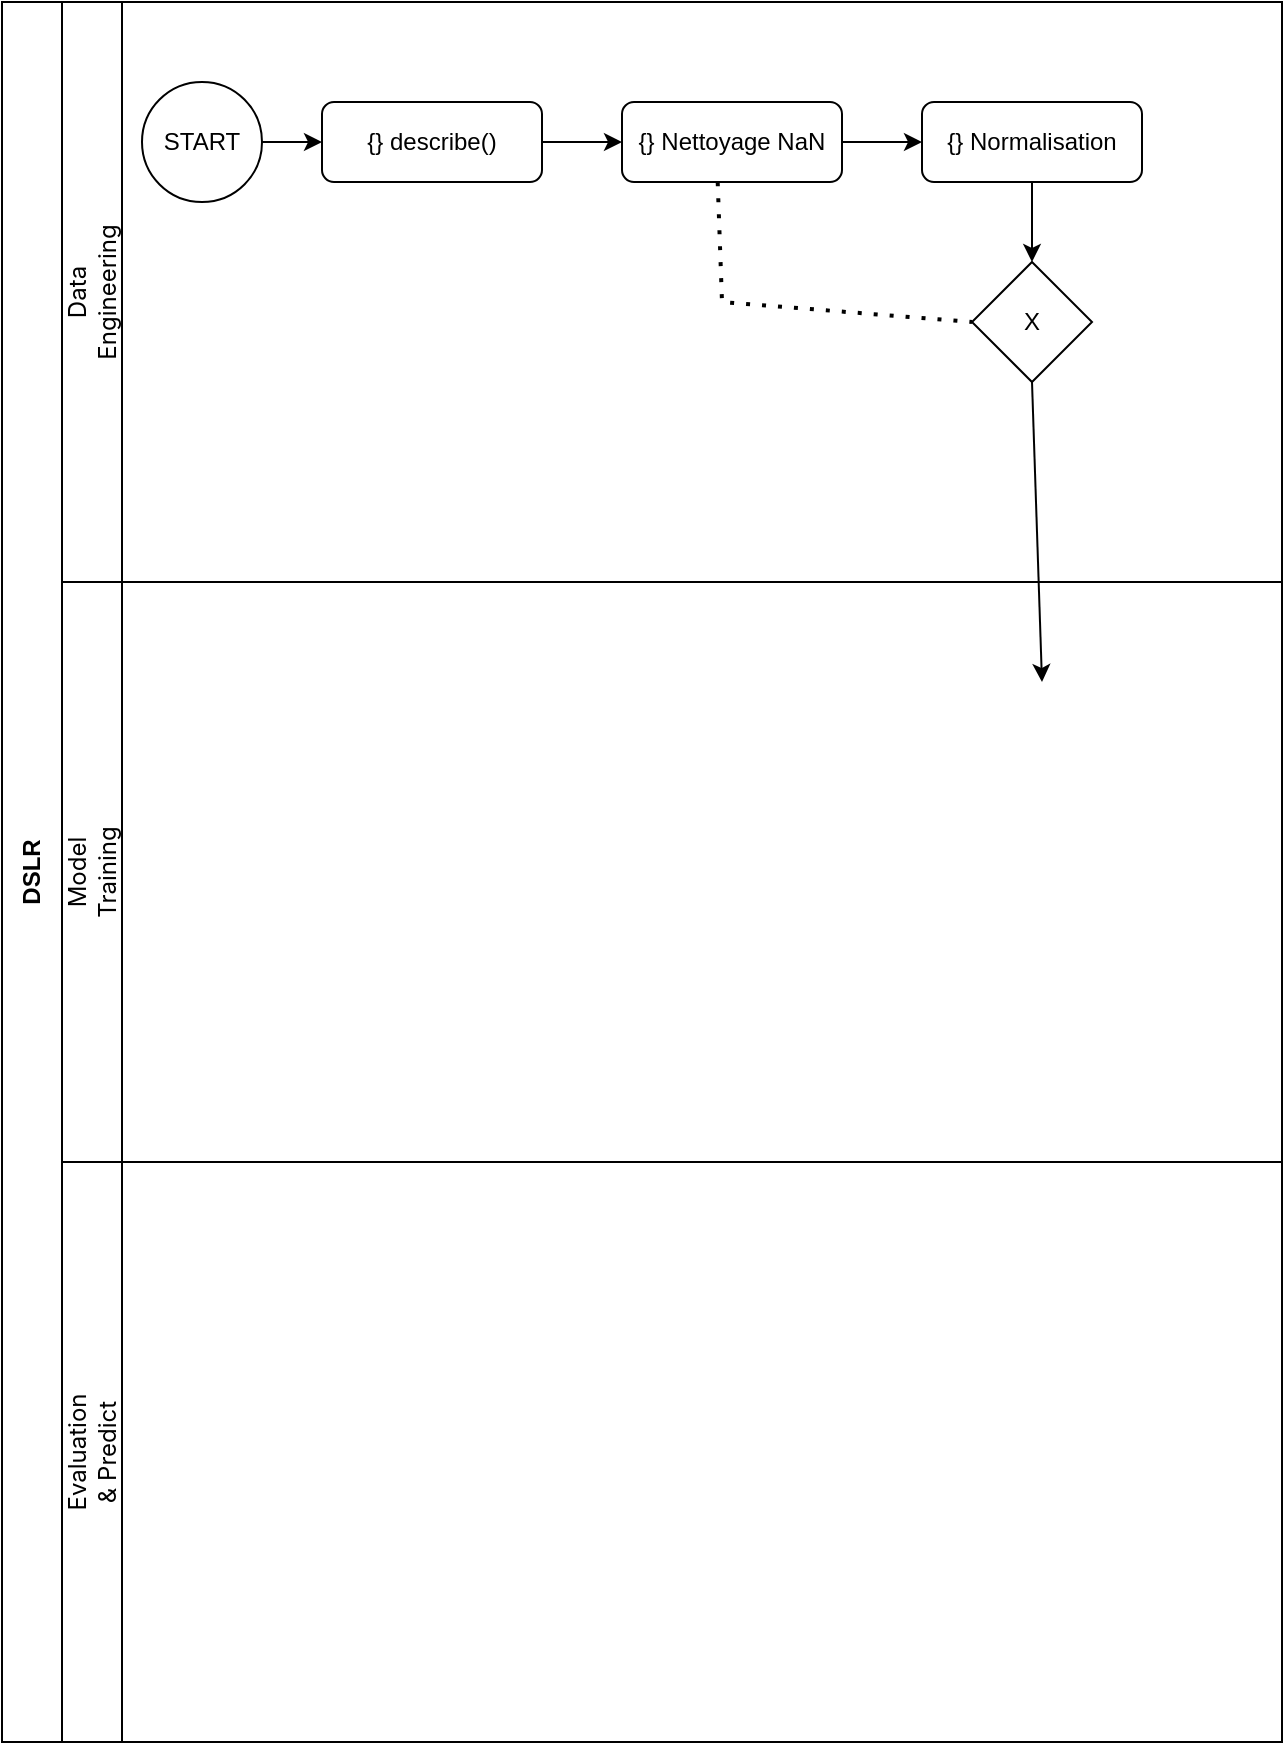
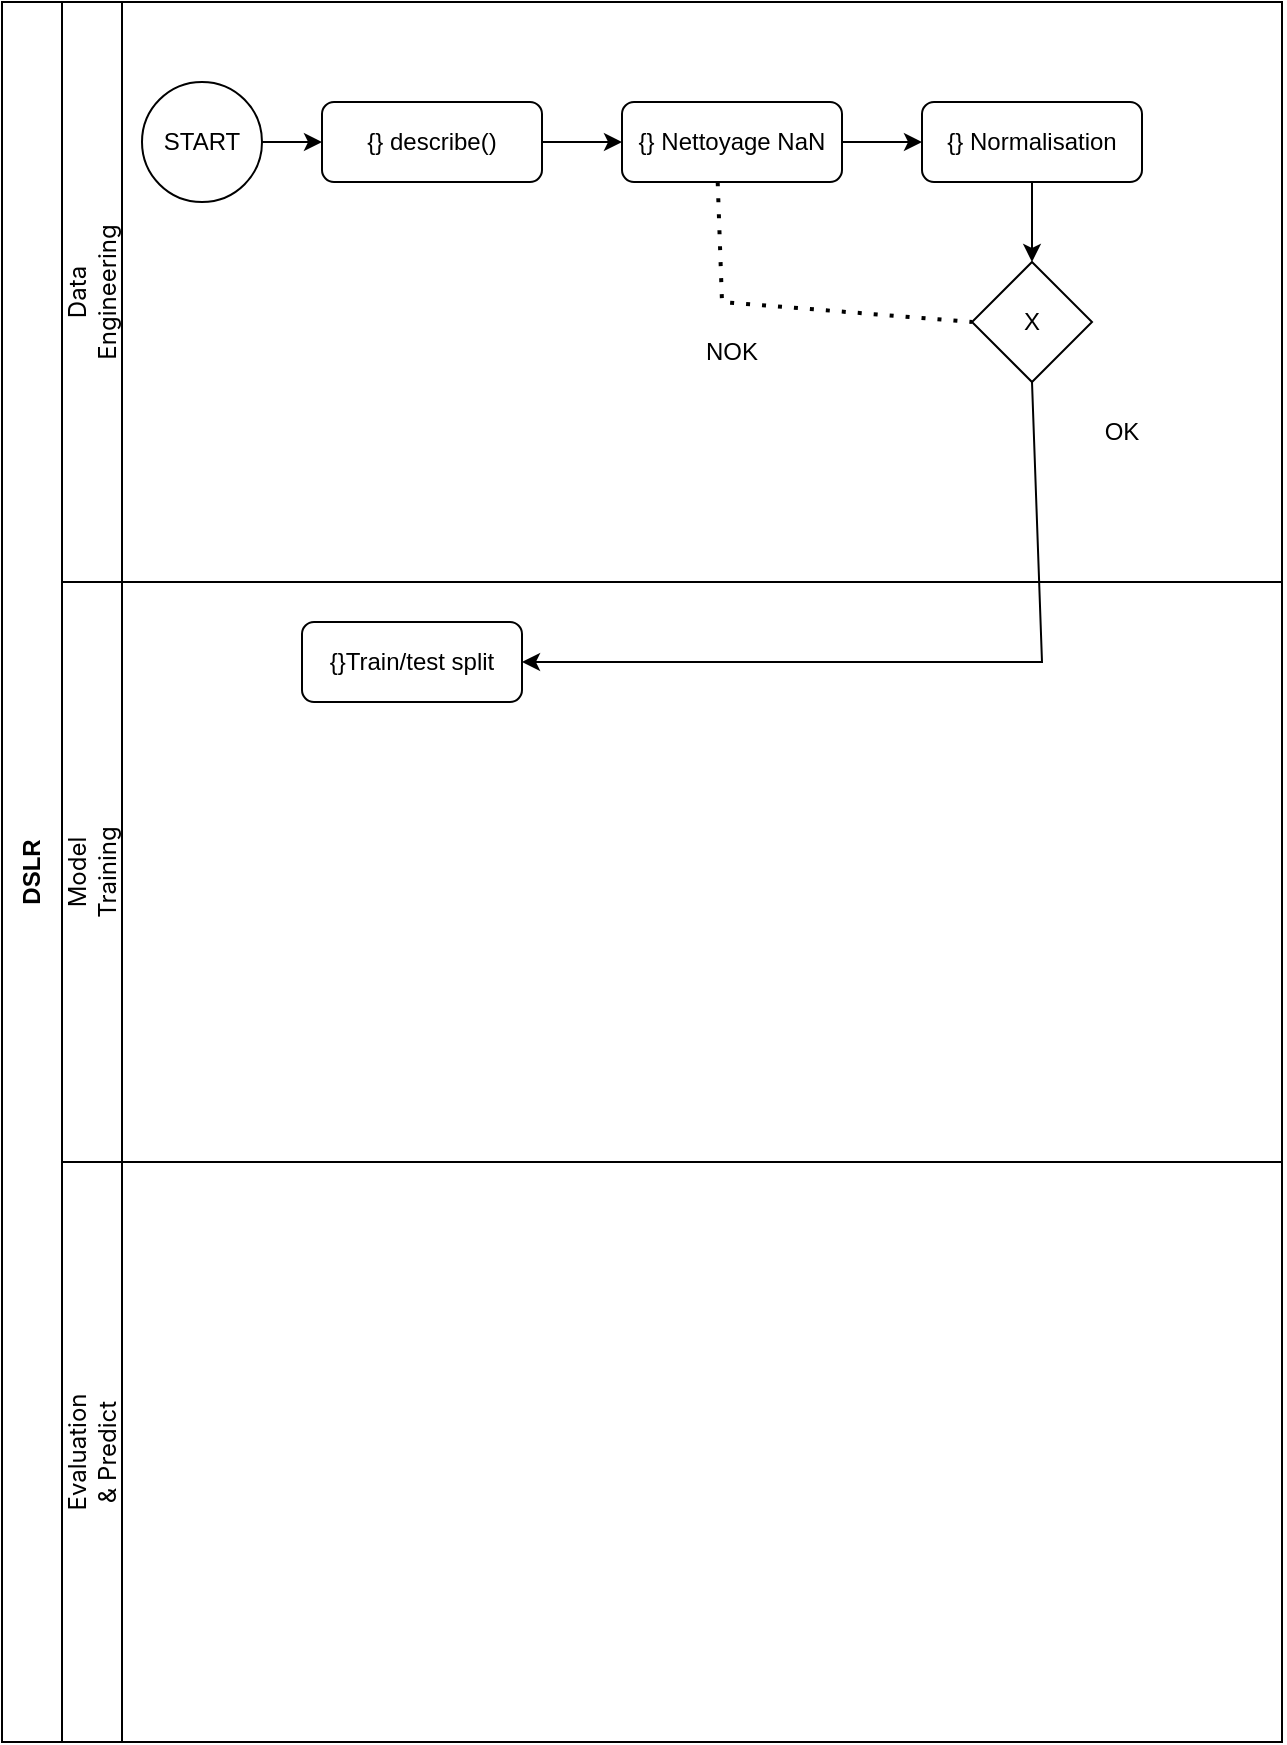
<mxfile host="app.diagrams.net">
  <diagram name="Page-1" id="0tKCiW2H9U9yNMpW7Atb">
-     <mxGraphModel dx="1571" dy="881" grid="1" gridSize="10" guides="1" tooltips="1" connect="1" arrows="1" fold="1" page="1" pageScale="1" pageWidth="827" pageHeight="1169" math="0" shadow="0">
+     <mxGraphModel dx="1834" dy="1304" grid="1" gridSize="10" guides="1" tooltips="1" connect="1" arrows="1" fold="1" page="1" pageScale="1" pageWidth="827" pageHeight="1169" math="0" shadow="0">
      <root>
        <mxCell id="0" />
        <mxCell id="1" parent="0" />
        <mxCell id="MoVcxeQHBZMtHFU29h8S-1" parent="1" style="swimlane;horizontal=0;whiteSpace=wrap;html=1;startSize=30;" value="DSLR" vertex="1">
          <mxGeometry height="870" width="640" x="80" y="30" as="geometry" />
        </mxCell>
        <mxCell id="MoVcxeQHBZMtHFU29h8S-6" parent="MoVcxeQHBZMtHFU29h8S-1" style="rounded=0;whiteSpace=wrap;html=1;" value="" vertex="1">
          <mxGeometry height="290" width="30" x="30" as="geometry" />
        </mxCell>
        <mxCell id="MoVcxeQHBZMtHFU29h8S-7" parent="MoVcxeQHBZMtHFU29h8S-1" style="rounded=0;whiteSpace=wrap;html=1;" value="" vertex="1">
          <mxGeometry height="290" width="30" x="30" y="290" as="geometry" />
        </mxCell>
        <mxCell id="MoVcxeQHBZMtHFU29h8S-8" parent="MoVcxeQHBZMtHFU29h8S-1" style="rounded=0;whiteSpace=wrap;html=1;" value="" vertex="1">
          <mxGeometry height="290" width="30" x="30" y="580" as="geometry" />
        </mxCell>
        <mxCell id="MoVcxeQHBZMtHFU29h8S-11" parent="MoVcxeQHBZMtHFU29h8S-1" style="text;html=1;whiteSpace=wrap;strokeColor=none;fillColor=none;align=center;verticalAlign=middle;rounded=0;rotation=-90;" value="&lt;span style=&quot;color: rgba(0, 0, 0, 0); font-family: monospace; font-size: 0px; text-align: start; text-wrap-mode: nowrap;&quot;&gt;%3CmxGraphModel%3E%3Croot%3E%3CmxCell%20id%3D%220%22%2F%3E%3CmxCell%20id%3D%221%22%20parent%3D%220%22%2F%3E%3CmxCell%20id%3D%222%22%20parent%3D%221%22%20style%3D%22text%3Bhtml%3D1%3BwhiteSpace%3Dwrap%3BstrokeColor%3Dnone%3BfillColor%3Dnone%3Balign%3Dcenter%3BverticalAlign%3Dmiddle%3Brounded%3D0%3Brotation%3D-90%3B%22%20value%3D%22%26lt%3Bspan%20style%3D%26quot%3Bfont-family%3A%20%26amp%3Bquot%3BAnthropic%20Sans%26amp%3Bquot%3B%2C%20-apple-system%2C%20BlinkMacSystemFont%2C%20%26amp%3Bquot%3BSegoe%20UI%26amp%3Bquot%3B%2C%20sans-serif%3B%20text-align%3A%20start%3B%20text-wrap-mode%3A%20nowrap%3B%26quot%3B%26gt%3BData%20Engineering%26lt%3B%2Fspan%26gt%3B%22%20vertex%3D%221%22%3E%3CmxGeometry%20height%3D%2230%22%20width%3D%2260%22%20x%3D%2295%22%20y%3D%22130%22%20as%3D%22geometry%22%2F%3E%3C%2FmxCell%3E%3C%2Froot%3E%3C%2FmxGraphModel%3E&lt;/span&gt;&lt;span style=&quot;font-family: &amp;quot;Anthropic Sans&amp;quot;, -apple-system, BlinkMacSystemFont, &amp;quot;Segoe UI&amp;quot;, sans-serif; text-align: start; text-wrap-mode: nowrap;&quot;&gt;Model Training&lt;/span&gt;" vertex="1">
          <mxGeometry height="30" width="60" x="15" y="420" as="geometry" />
        </mxCell>
        <mxCell id="MoVcxeQHBZMtHFU29h8S-9" parent="MoVcxeQHBZMtHFU29h8S-1" style="text;html=1;whiteSpace=wrap;strokeColor=none;fillColor=none;align=center;verticalAlign=middle;rounded=0;rotation=-90;" value="&lt;span style=&quot;font-family: &amp;quot;Anthropic Sans&amp;quot;, -apple-system, BlinkMacSystemFont, &amp;quot;Segoe UI&amp;quot;, sans-serif; text-align: start; text-wrap-mode: nowrap;&quot;&gt;Data Engineering&lt;/span&gt;" vertex="1">
          <mxGeometry height="30" width="60" x="15" y="130" as="geometry" />
        </mxCell>
        <mxCell id="MoVcxeQHBZMtHFU29h8S-12" parent="MoVcxeQHBZMtHFU29h8S-1" style="text;html=1;whiteSpace=wrap;strokeColor=none;fillColor=none;align=center;verticalAlign=middle;rounded=0;rotation=-90;" value="&lt;span style=&quot;font-family: &amp;quot;Anthropic Sans&amp;quot;, -apple-system, BlinkMacSystemFont, &amp;quot;Segoe UI&amp;quot;, sans-serif; text-align: start; text-wrap-mode: nowrap;&quot;&gt;Evaluation &amp;amp; Predict&lt;/span&gt;" vertex="1">
          <mxGeometry height="30" width="60" x="15" y="710" as="geometry" />
        </mxCell>
        <mxCell id="MoVcxeQHBZMtHFU29h8S-14" edge="1" parent="MoVcxeQHBZMtHFU29h8S-1" style="endArrow=none;html=1;rounded=0;exitX=1;exitY=0;exitDx=0;exitDy=0;" value="">
          <mxGeometry height="50" relative="1" width="50" as="geometry">
            <mxPoint x="60" y="290" as="sourcePoint" />
            <mxPoint x="640" y="290" as="targetPoint" />
          </mxGeometry>
        </mxCell>
        <mxCell id="MoVcxeQHBZMtHFU29h8S-16" parent="MoVcxeQHBZMtHFU29h8S-1" style="ellipse;whiteSpace=wrap;html=1;aspect=fixed;" value="START" vertex="1">
          <mxGeometry height="60" width="60" x="70" y="40" as="geometry" />
        </mxCell>
        <mxCell id="MoVcxeQHBZMtHFU29h8S-17" parent="MoVcxeQHBZMtHFU29h8S-1" style="rounded=1;whiteSpace=wrap;html=1;" value="{} describe()" vertex="1">
          <mxGeometry height="40" width="110" x="160" y="50" as="geometry" />
        </mxCell>
        <mxCell id="MoVcxeQHBZMtHFU29h8S-18" parent="MoVcxeQHBZMtHFU29h8S-1" style="rounded=1;whiteSpace=wrap;html=1;" value="{} Nettoyage NaN" vertex="1">
          <mxGeometry height="40" width="110" x="310" y="50" as="geometry" />
        </mxCell>
        <mxCell id="MoVcxeQHBZMtHFU29h8S-19" parent="MoVcxeQHBZMtHFU29h8S-1" style="rounded=1;whiteSpace=wrap;html=1;" value="{} Normalisation" vertex="1">
          <mxGeometry height="40" width="110" x="460" y="50" as="geometry" />
        </mxCell>
        <mxCell id="MoVcxeQHBZMtHFU29h8S-20" edge="1" parent="MoVcxeQHBZMtHFU29h8S-1" source="MoVcxeQHBZMtHFU29h8S-16" style="endArrow=classic;html=1;rounded=0;exitX=1;exitY=0.5;exitDx=0;exitDy=0;entryX=0;entryY=0.5;entryDx=0;entryDy=0;" target="MoVcxeQHBZMtHFU29h8S-17" value="">
          <mxGeometry height="50" relative="1" width="50" as="geometry">
            <mxPoint x="290" y="300" as="sourcePoint" />
            <mxPoint x="340" y="250" as="targetPoint" />
          </mxGeometry>
        </mxCell>
        <mxCell id="MoVcxeQHBZMtHFU29h8S-21" edge="1" parent="MoVcxeQHBZMtHFU29h8S-1" source="MoVcxeQHBZMtHFU29h8S-17" style="endArrow=classic;html=1;rounded=0;entryX=0;entryY=0.5;entryDx=0;entryDy=0;exitX=1;exitY=0.5;exitDx=0;exitDy=0;" target="MoVcxeQHBZMtHFU29h8S-18" value="">
          <mxGeometry height="50" relative="1" width="50" as="geometry">
            <mxPoint x="280" y="150" as="sourcePoint" />
            <mxPoint x="200" y="170" as="targetPoint" />
          </mxGeometry>
        </mxCell>
        <mxCell id="MoVcxeQHBZMtHFU29h8S-22" edge="1" parent="MoVcxeQHBZMtHFU29h8S-1" source="MoVcxeQHBZMtHFU29h8S-18" style="endArrow=classic;html=1;rounded=0;exitX=1;exitY=0.5;exitDx=0;exitDy=0;entryX=0;entryY=0.5;entryDx=0;entryDy=0;" target="MoVcxeQHBZMtHFU29h8S-19" value="">
          <mxGeometry height="50" relative="1" width="50" as="geometry">
            <mxPoint x="300" y="310" as="sourcePoint" />
            <mxPoint x="330" y="310" as="targetPoint" />
          </mxGeometry>
        </mxCell>
        <mxCell id="NjFdwsVWSedzDXnufngj-1" parent="MoVcxeQHBZMtHFU29h8S-1" style="rhombus;whiteSpace=wrap;html=1;" value="X" vertex="1">
          <mxGeometry height="60" width="60" x="485" y="130" as="geometry" />
        </mxCell>
        <mxCell id="NjFdwsVWSedzDXnufngj-2" edge="1" parent="MoVcxeQHBZMtHFU29h8S-1" source="MoVcxeQHBZMtHFU29h8S-19" style="endArrow=classic;html=1;rounded=0;exitX=0.5;exitY=1;exitDx=0;exitDy=0;entryX=0.5;entryY=0;entryDx=0;entryDy=0;" target="NjFdwsVWSedzDXnufngj-1" value="">
          <mxGeometry height="50" relative="1" width="50" as="geometry">
            <mxPoint x="310" y="460" as="sourcePoint" />
            <mxPoint x="360" y="410" as="targetPoint" />
          </mxGeometry>
        </mxCell>
        <mxCell id="NjFdwsVWSedzDXnufngj-3" edge="1" parent="MoVcxeQHBZMtHFU29h8S-1" source="MoVcxeQHBZMtHFU29h8S-18" style="endArrow=none;dashed=1;html=1;dashPattern=1 3;strokeWidth=2;rounded=0;exitX=0.435;exitY=1.003;exitDx=0;exitDy=0;exitPerimeter=0;entryX=0;entryY=0.5;entryDx=0;entryDy=0;" target="NjFdwsVWSedzDXnufngj-1" value="">
          <mxGeometry height="50" relative="1" width="50" as="geometry">
            <Array as="points">
              <mxPoint x="360" y="150" />
            </Array>
            <mxPoint x="310" y="460" as="sourcePoint" />
            <mxPoint x="360" y="410" as="targetPoint" />
          </mxGeometry>
        </mxCell>
+         <mxCell id="Y2pQFW4uB6nNZTh3tdt7-1" parent="MoVcxeQHBZMtHFU29h8S-1" style="rounded=1;whiteSpace=wrap;html=1;" value="{}Train/test split" vertex="1">
+           <mxGeometry height="40" width="110" x="150" y="310" as="geometry" />
+         </mxCell>
+         <mxCell id="Y2pQFW4uB6nNZTh3tdt7-2" parent="MoVcxeQHBZMtHFU29h8S-1" style="text;html=1;whiteSpace=wrap;strokeColor=none;fillColor=none;align=center;verticalAlign=middle;rounded=0;" value="OK" vertex="1">
+           <mxGeometry height="30" width="60" x="530" y="200" as="geometry" />
+         </mxCell>
+         <mxCell id="Y2pQFW4uB6nNZTh3tdt7-3" parent="MoVcxeQHBZMtHFU29h8S-1" style="text;html=1;whiteSpace=wrap;strokeColor=none;fillColor=none;align=center;verticalAlign=middle;rounded=0;" value="NOK" vertex="1">
+           <mxGeometry height="30" width="60" x="335" y="160" as="geometry" />
+         </mxCell>
        <mxCell id="MoVcxeQHBZMtHFU29h8S-13" edge="1" parent="1" source="MoVcxeQHBZMtHFU29h8S-8" style="endArrow=none;html=1;rounded=0;exitX=1;exitY=0;exitDx=0;exitDy=0;" value="">
          <mxGeometry height="50" relative="1" width="50" as="geometry">
            <mxPoint x="390" y="710" as="sourcePoint" />
            <mxPoint x="720" y="610" as="targetPoint" />
          </mxGeometry>
        </mxCell>
        <mxCell id="NjFdwsVWSedzDXnufngj-4" edge="1" parent="1" source="NjFdwsVWSedzDXnufngj-1" style="endArrow=classic;html=1;rounded=0;exitX=0.5;exitY=1;exitDx=0;exitDy=0;" value="">
          <mxGeometry height="50" relative="1" width="50" as="geometry">
+             <Array as="points">
+               <mxPoint x="600" y="360" />
+             </Array>
            <mxPoint x="390" y="490" as="sourcePoint" />
-             <mxPoint x="600" y="370" as="targetPoint" />
+             <mxPoint x="340" y="360" as="targetPoint" />
          </mxGeometry>
        </mxCell>
      </root>
    </mxGraphModel>
  </diagram>
</mxfile>
